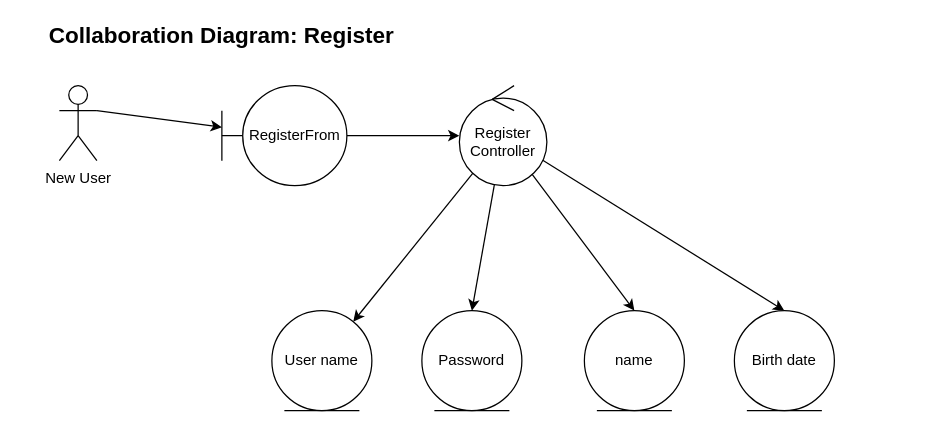
The draw.io diagram page "Register" (1 of 2) of Collaboration Diagram.drawio in astrrr/Right-posture, before the edit. Source tidied: cells renumbered, new cells numbered last; positions are measured from the earlier drawing's top-left corner, leaving out a move shared by most shapes. Both pictures are drawn from the tidied source at 125%, with x=0, y=0 at pixel (21, 22).
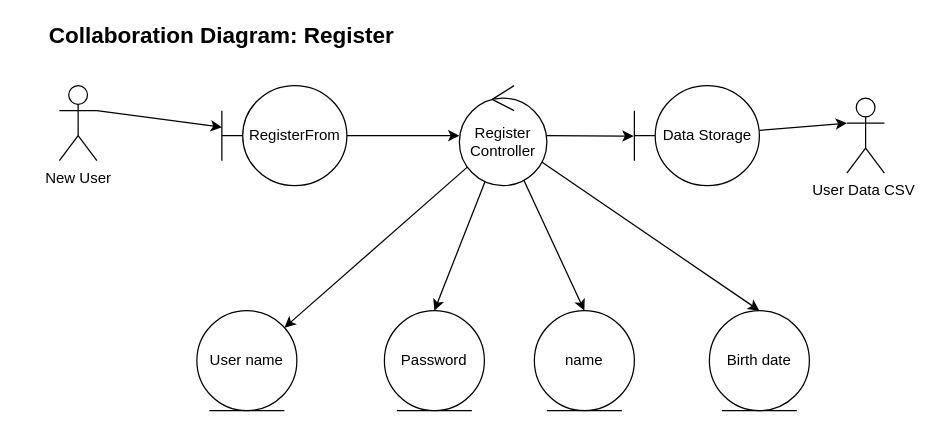
The same page after the edit.

Commit message:
add Data Storage

What changed in the source:
```diff
@@
 <mxGraphModel>
   <root>
     <mxCell id="0" />
     <mxCell id="1" parent="0" />
     <mxCell id="2" style="edgeStyle=none;rounded=0;jettySize=auto;html=1;exitX=1;exitY=0.3333333333333333;exitDx=0;exitDy=0;exitPerimeter=0;" parent="1" edge="1" source="3" target="5">
       <mxGeometry relative="1" as="geometry" />
     </mxCell>
     <mxCell id="3" value="New User" style="shape=umlActor;verticalLabelPosition=bottom;verticalAlign=top;html=1;" parent="1" vertex="1">
       <mxGeometry x="30" y="50" width="30" height="60" as="geometry" />
     </mxCell>
     <mxCell id="4" style="edgeStyle=orthogonalEdgeStyle;rounded=0;jettySize=auto;html=1;" parent="1" edge="1" source="5" target="10">
       <mxGeometry relative="1" as="geometry" />
     </mxCell>
     <mxCell id="5" value="RegisterFrom" style="shape=umlBoundary;whiteSpace=wrap;html=1;" parent="1" vertex="1">
       <mxGeometry x="160" y="50" width="100" height="80" as="geometry" />
     </mxCell>
     <mxCell id="6" style="rounded=0;jettySize=auto;html=1;" parent="1" edge="1" source="10" target="11">
       <mxGeometry relative="1" as="geometry" />
     </mxCell>
     <mxCell id="7" style="edgeStyle=none;rounded=0;jettySize=auto;html=1;entryX=0.5;entryY=0;entryDx=0;entryDy=0;" parent="1" edge="1" source="10" target="13">
       <mxGeometry relative="1" as="geometry" />
     </mxCell>
     <mxCell id="8" style="edgeStyle=none;rounded=0;jettySize=auto;html=1;entryX=0.5;entryY=0;entryDx=0;entryDy=0;" parent="1" edge="1" source="10" target="15">
       <mxGeometry relative="1" as="geometry" />
     </mxCell>
     <mxCell id="9" style="edgeStyle=none;rounded=0;jettySize=auto;html=1;entryX=0.5;entryY=0;entryDx=0;entryDy=0;" parent="1" edge="1" source="10" target="14">
       <mxGeometry relative="1" as="geometry" />
     </mxCell>
+    <mxCell id="16" style="edgeStyle=none;rounded=0;jettySize=auto;html=1;entryX=-0.006;entryY=0.505;entryDx=0;entryDy=0;entryPerimeter=0;" parent="1" edge="1" source="10" target="18">
+      <mxGeometry relative="1" as="geometry" />
+    </mxCell>
     <mxCell id="10" value="Register&lt;br&gt;Controller" style="ellipse;shape=umlControl;whiteSpace=wrap;html=1;" parent="1" vertex="1">
       <mxGeometry x="350" y="50" width="70" height="80" as="geometry" />
     </mxCell>
     <mxCell id="11" value="User name" style="ellipse;shape=umlEntity;whiteSpace=wrap;html=1;" parent="1" vertex="1">
-      <mxGeometry x="200" y="230" width="80" height="80" as="geometry" />
+      <mxGeometry x="140" y="230" width="80" height="80" as="geometry" />
     </mxCell>
     <mxCell id="12" value="&lt;b&gt;&lt;font style=&quot;font-size: 18px&quot;&gt;Collaboration Diagram: Register&lt;/font&gt;&lt;/b&gt;" style="text;html=1;strokeColor=none;fillColor=none;align=center;verticalAlign=middle;whiteSpace=wrap;rounded=0;" parent="1" vertex="1">
       <mxGeometry width="320" height="20" as="geometry" />
     </mxCell>
     <mxCell id="13" value="Password" style="ellipse;shape=umlEntity;whiteSpace=wrap;html=1;" parent="1" vertex="1">
-      <mxGeometry x="320" y="230" width="80" height="80" as="geometry" />
+      <mxGeometry x="290" y="230" width="80" height="80" as="geometry" />
     </mxCell>
     <mxCell id="14" value="Birth date" style="ellipse;shape=umlEntity;whiteSpace=wrap;html=1;" parent="1" vertex="1">
-      <mxGeometry x="570" y="230" width="80" height="80" as="geometry" />
+      <mxGeometry x="550" y="230" width="80" height="80" as="geometry" />
     </mxCell>
     <mxCell id="15" value="name" style="ellipse;shape=umlEntity;whiteSpace=wrap;html=1;" parent="1" vertex="1">
-      <mxGeometry x="450" y="230" width="80" height="80" as="geometry" />
+      <mxGeometry x="410" y="230" width="80" height="80" as="geometry" />
     </mxCell>
+    <mxCell id="17" style="edgeStyle=none;rounded=0;jettySize=auto;html=1;entryX=0;entryY=0.3333333333333333;entryDx=0;entryDy=0;entryPerimeter=0;" parent="1" edge="1" source="18" target="19">
+      <mxGeometry relative="1" as="geometry" />
+    </mxCell>
+    <mxCell id="18" value="Data Storage" style="shape=umlBoundary;whiteSpace=wrap;html=1;" parent="1" vertex="1">
+      <mxGeometry x="490" y="50" width="100" height="80" as="geometry" />
+    </mxCell>
+    <mxCell id="19" value="&lt;span&gt;User Data CSV&amp;nbsp;&lt;/span&gt;" style="shape=umlActor;verticalLabelPosition=bottom;verticalAlign=top;html=1;" parent="1" vertex="1">
+      <mxGeometry x="660" y="60" width="30" height="60" as="geometry" />
+    </mxCell>
   </root>
 </mxGraphModel>
```
